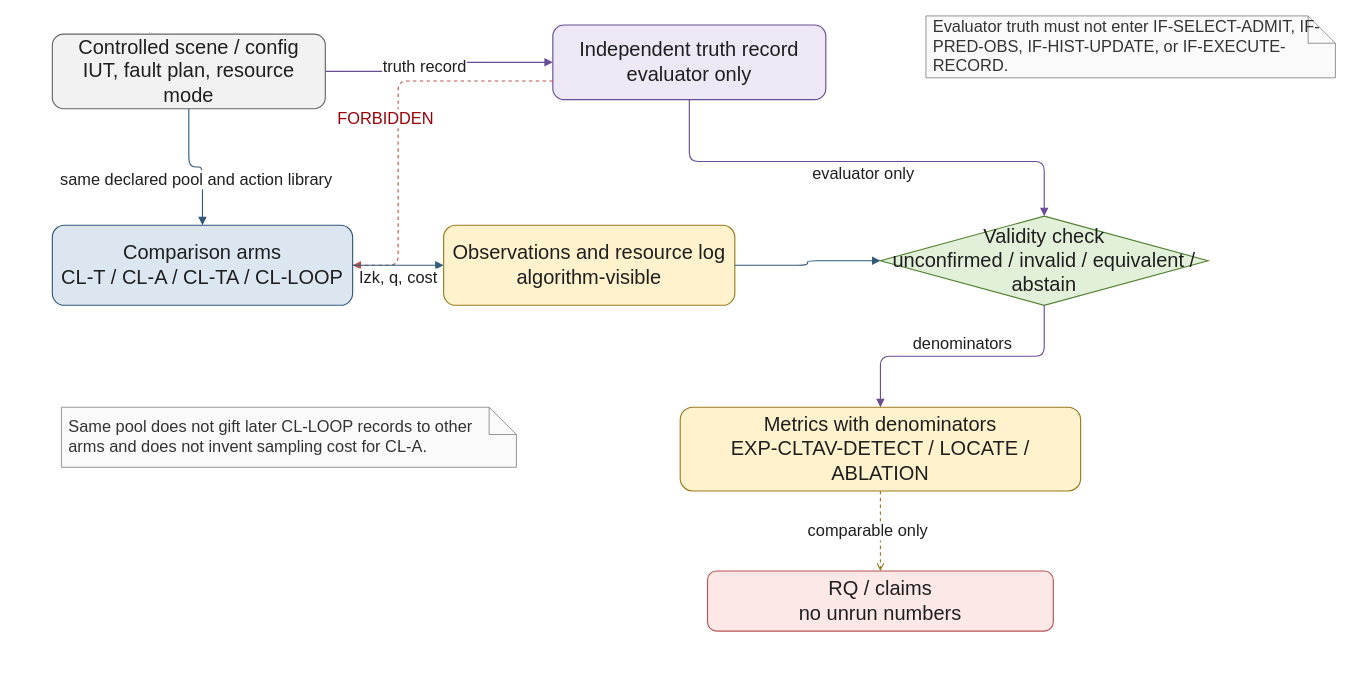
This is docs/research/publication/models/drawio/FIG-CL-TAV-09-experiment-architecture.drawio from ZhangChi0727/arinc-615a-conformance, a draw.io file, before an edit. Source tidied: cells renumbered, new cells numbered last; positions are measured from the earlier drawing's top-left corner, leaving out a move shared by most shapes. Both pictures are drawn from the tidied source at 91%, with x=0, y=0 at pixel (52, 15).
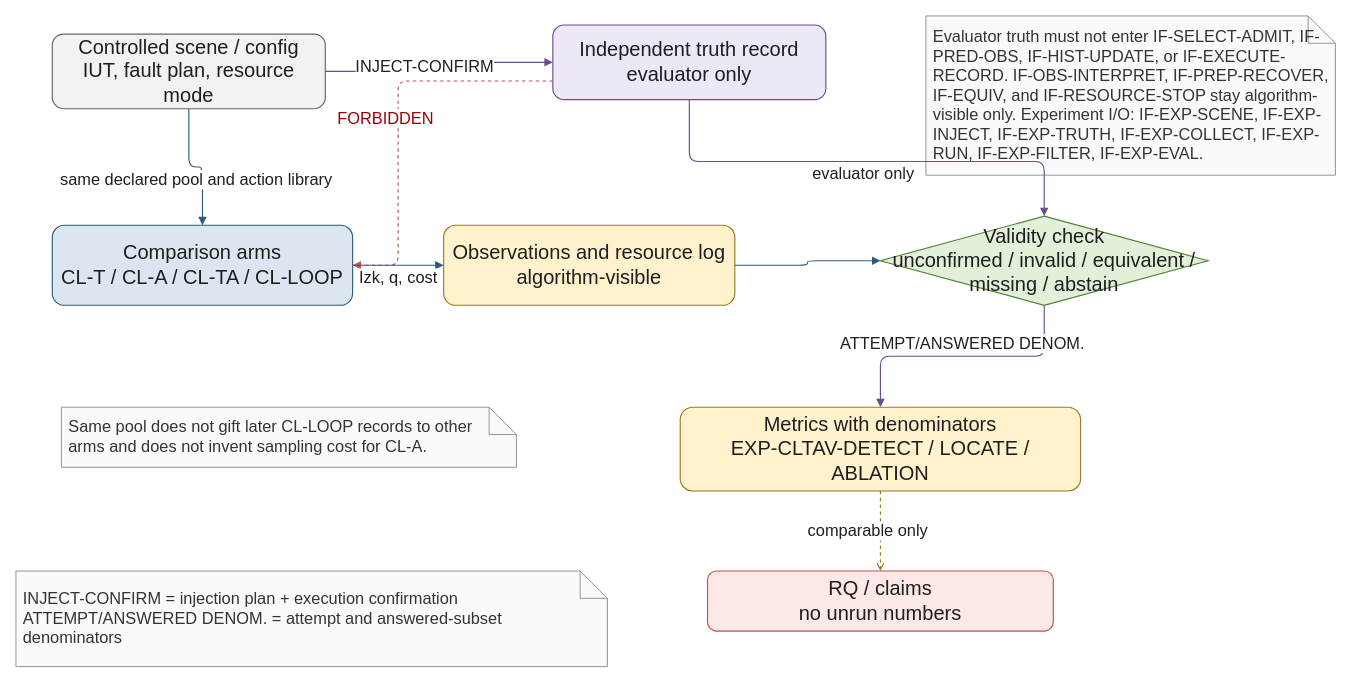
After the change.

The change refers to these unchanged cells:
```xml
<mxCell id="2" value="Controlled scene / config&lt;br&gt;IUT, fault plan, resource mode" style="rounded=1;whiteSpace=wrap;html=1;fillColor=#F2F2F2;strokeColor=#666666;strokeWidth=1.25;fontFamily=Helvetica;fontSize=22;fontColor=#1F1F1F;align=center;verticalAlign=middle;spacing=6;shadow=0;glass=0;gradientColor=none;" parent="1" vertex="1">
  <mxGeometry y="20" width="300" height="82" as="geometry" />
</mxCell>
<mxCell id="3" value="Independent truth record&lt;br&gt;evaluator only" style="rounded=1;whiteSpace=wrap;html=1;fillColor=#EDE7F6;strokeColor=#6A4C93;strokeWidth=1.25;fontFamily=Helvetica;fontSize=22;fontColor=#1F1F1F;align=center;verticalAlign=middle;spacing=6;shadow=0;glass=0;gradientColor=none;" parent="1" vertex="1">
  <mxGeometry x="550" y="10" width="300" height="82" as="geometry" />
</mxCell>
<mxCell id="7" value="Metrics with denominators&lt;br&gt;EXP-CLTAV-DETECT / LOCATE / ABLATION" style="rounded=1;whiteSpace=wrap;html=1;fillColor=#FFF2CC;strokeColor=#9A7B1F;strokeWidth=1.25;fontFamily=Helvetica;fontSize=22;fontColor=#1F1F1F;align=center;verticalAlign=middle;spacing=6;shadow=0;glass=0;gradientColor=none;" parent="1" vertex="1">
  <mxGeometry x="690" y="430" width="440" height="92" as="geometry" />
</mxCell>
```

Change to the diagram source:
```diff
@@
-    <mxCell id="6" value="Validity check&lt;br&gt;unconfirmed / invalid / equivalent / abstain" style="rhombus;whiteSpace=wrap;html=1;fillColor=#E2F0D9;strokeColor=#548235;strokeWidth=1.25;fontFamily=Helvetica;fontSize=22;fontColor=#1F1F1F;align=center;verticalAlign=middle;spacing=6;shadow=0;glass=0;gradientColor=none;" parent="1" vertex="1">
+    <mxCell id="6" value="Validity check&lt;br&gt;unconfirmed / invalid / equivalent / missing / abstain" style="rhombus;whiteSpace=wrap;html=1;fillColor=#E2F0D9;strokeColor=#548235;strokeWidth=1.25;fontFamily=Helvetica;fontSize=22;fontColor=#1F1F1F;align=center;verticalAlign=middle;spacing=6;shadow=0;glass=0;gradientColor=none;" parent="1" vertex="1">
       <mxGeometry x="910" y="220" width="360" height="98" as="geometry" />
     </mxCell>
@@
-    <mxCell id="9" value="Evaluator truth must not enter IF-SELECT-ADMIT, IF-PRED-OBS, IF-HIST-UPDATE, or IF-EXECUTE-RECORD." style="shape=note;whiteSpace=wrap;html=1;fillColor=#FAFAFA;strokeColor=#8C8C8C;strokeWidth=1;fontFamily=Helvetica;fontSize=18;fontColor=#333333;align=left;verticalAlign=middle;spacing=8;shadow=0;glass=0;gradientColor=none;" parent="1" vertex="1">
-      <mxGeometry x="960" width="450" height="68" as="geometry" />
+    <mxCell id="9" value="Evaluator truth must not enter IF-SELECT-ADMIT, IF-PRED-OBS, IF-HIST-UPDATE, or IF-EXECUTE-RECORD. IF-OBS-INTERPRET, IF-PREP-RECOVER, IF-EQUIV, and IF-RESOURCE-STOP stay algorithm-visible only. Experiment I/O: IF-EXP-SCENE, IF-EXP-INJECT, IF-EXP-TRUTH, IF-EXP-COLLECT, IF-EXP-RUN, IF-EXP-FILTER, IF-EXP-EVAL." style="shape=note;whiteSpace=wrap;html=1;fillColor=#FAFAFA;strokeColor=#8C8C8C;strokeWidth=1;fontFamily=Helvetica;fontSize=18;fontColor=#333333;align=left;verticalAlign=middle;spacing=8;shadow=0;glass=0;gradientColor=none;" parent="1" vertex="1">
+      <mxGeometry x="960" width="450" height="175" as="geometry" />
     </mxCell>
@@
+    <mxCell id="19" value="INJECT-CONFIRM = injection plan + execution confirmation&lt;br&gt;ATTEMPT/ANSWERED DENOM. = attempt and answered-subset denominators" style="shape=note;whiteSpace=wrap;html=1;fillColor=#FAFAFA;strokeColor=#8C8C8C;strokeWidth=1;fontFamily=Helvetica;fontSize=18;fontColor=#333333;align=left;verticalAlign=middle;spacing=8;shadow=0;glass=0;gradientColor=none;" parent="1" vertex="1">
+      <mxGeometry x="-40" y="610" width="650" height="105" as="geometry" />
+    </mxCell>
@@
-    <mxCell id="12" value="truth record" style="edgeStyle=orthogonalEdgeStyle;rounded=1;jettySize=auto;html=1;strokeWidth=1.25;fontFamily=Helvetica;fontSize=18;fontColor=#1F1F1F;labelBackgroundColor=#FFFFFF;endArrow=block;strokeColor=#6A4C93;exitX=1;exitY=0.5;entryX=0;entryY=0.5;exitDx=0;exitDy=0;exitPerimeter=1;entryDx=0;entryDy=0;entryPerimeter=1;" parent="1" edge="1" source="2" target="3">
+    <mxCell id="12" value="INJECT-CONFIRM" style="edgeStyle=orthogonalEdgeStyle;rounded=1;jettySize=auto;html=1;strokeWidth=1.25;fontFamily=Helvetica;fontSize=18;fontColor=#1F1F1F;labelBackgroundColor=#FFFFFF;endArrow=block;strokeColor=#6A4C93;exitX=1;exitY=0.5;entryX=0;entryY=0.5;exitDx=0;exitDy=0;exitPerimeter=1;entryDx=0;entryDy=0;entryPerimeter=1;" parent="1" edge="1" source="2" target="3">
       <mxGeometry y="16" relative="1" as="geometry" />
     </mxCell>
@@
-    <mxCell id="17" value="denominators" style="edgeStyle=orthogonalEdgeStyle;rounded=1;jettySize=auto;html=1;strokeWidth=1.25;fontFamily=Helvetica;fontSize=18;fontColor=#1F1F1F;labelBackgroundColor=#FFFFFF;endArrow=block;strokeColor=#6A4C93;exitX=0.5;exitY=1;entryX=0.5;entryY=0;exitDx=0;exitDy=0;exitPerimeter=1;entryDx=0;entryDy=0;entryPerimeter=1;" parent="1" edge="1" source="6" target="7">
+    <mxCell id="17" value="ATTEMPT/ANSWERED DENOM." style="edgeStyle=orthogonalEdgeStyle;rounded=1;jettySize=auto;html=1;strokeWidth=1.25;fontFamily=Helvetica;fontSize=18;fontColor=#1F1F1F;labelBackgroundColor=#FFFFFF;endArrow=block;strokeColor=#6A4C93;exitX=0.5;exitY=1;entryX=0.5;entryY=0;exitDx=0;exitDy=0;exitPerimeter=1;entryDx=0;entryDy=0;entryPerimeter=1;" parent="1" edge="1" source="6" target="7">
       <mxGeometry y="-14" relative="1" as="geometry" />
     </mxCell>
```
